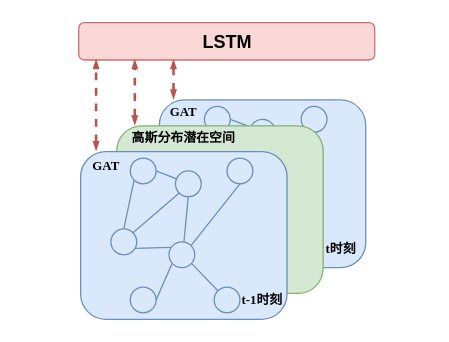
This is page "第 13 页" (13 of 14) of 根因分析.drawio from balllightnings/draw, a draw.io file, before an edit. Source tidied: cells renumbered, new cells numbered last; positions are measured from the earlier drawing's top-left corner, leaving out a move shared by most shapes. Both pictures are drawn from the tidied source at 129%, with x=0, y=0 at pixel (21, 22).
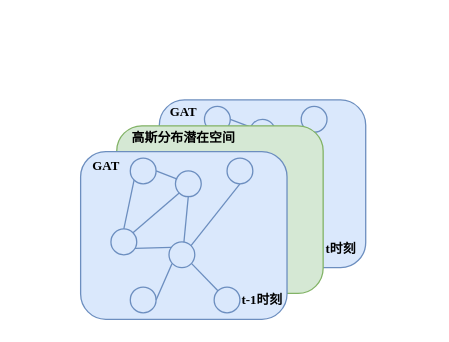
After the change.

Unchanged cells that the change refers to:
```xml
<mxCell id="46" value="&lt;font style=&quot;font-size: 11px;&quot;&gt;&lt;b style=&quot;font-size: 10px;&quot;&gt;&lt;font style=&quot;font-size: 10px;&quot;&gt;GAT&lt;br&gt;&lt;/font&gt;&lt;/b&gt;&lt;/font&gt;" style="text;html=1;strokeColor=none;fillColor=none;align=center;verticalAlign=middle;whiteSpace=wrap;rounded=0;fontFamily=Times New Roman;" parent="29" vertex="1">
  <mxGeometry x="-45.8" y="-4" width="132.2" height="30" as="geometry" />
</mxCell>
```

The edit, as a diff of the source:
```diff
@@
-    <mxCell id="2" value="&lt;font size=&quot;1&quot;&gt;&lt;b&gt;&lt;font style=&quot;font-size: 14px;&quot;&gt;LSTM&lt;/font&gt;&lt;/b&gt;&lt;/font&gt;" style="rounded=1;whiteSpace=wrap;html=1;strokeColor=#b85450;fillColor=#f8cecc;opacity=80;" parent="1" vertex="1">
-      <mxGeometry x="44.5" width="229.5" height="29" as="geometry" />
-    </mxCell>
@@
-    <mxCell id="48" style="endArrow=blockThin;startArrow=blockThin;html=1;rounded=0;exitX=0.437;exitY=0.1;exitDx=0;exitDy=0;exitPerimeter=0;dashed=1;strokeWidth=2;endFill=1;startFill=1;fillColor=#f8cecc;strokeColor=#b85450;startSize=2;endSize=2;" parent="1" edge="1" source="46">
-      <mxGeometry relative="1" as="geometry">
-        <mxPoint x="58" y="29" as="targetPoint" />
-      </mxGeometry>
-    </mxCell>
-    <mxCell id="49" style="endArrow=blockThin;startArrow=blockThin;html=1;rounded=0;dashed=1;strokeWidth=2;endFill=1;startFill=1;fillColor=#f8cecc;strokeColor=#b85450;startSize=2;endSize=2;" parent="1" edge="1">
-      <mxGeometry relative="1" as="geometry">
-        <mxPoint x="88" y="79" as="sourcePoint" />
-        <mxPoint x="88" y="29" as="targetPoint" />
-      </mxGeometry>
-    </mxCell>
-    <mxCell id="50" style="endArrow=blockThin;startArrow=blockThin;html=1;rounded=0;dashed=1;strokeWidth=2;endFill=1;startFill=1;fillColor=#f8cecc;strokeColor=#b85450;endSize=2;startSize=2;" parent="1" edge="1">
-      <mxGeometry relative="1" as="geometry">
-        <mxPoint x="118" y="59" as="sourcePoint" />
-        <mxPoint x="118" y="29" as="targetPoint" />
-      </mxGeometry>
-    </mxCell>
```
